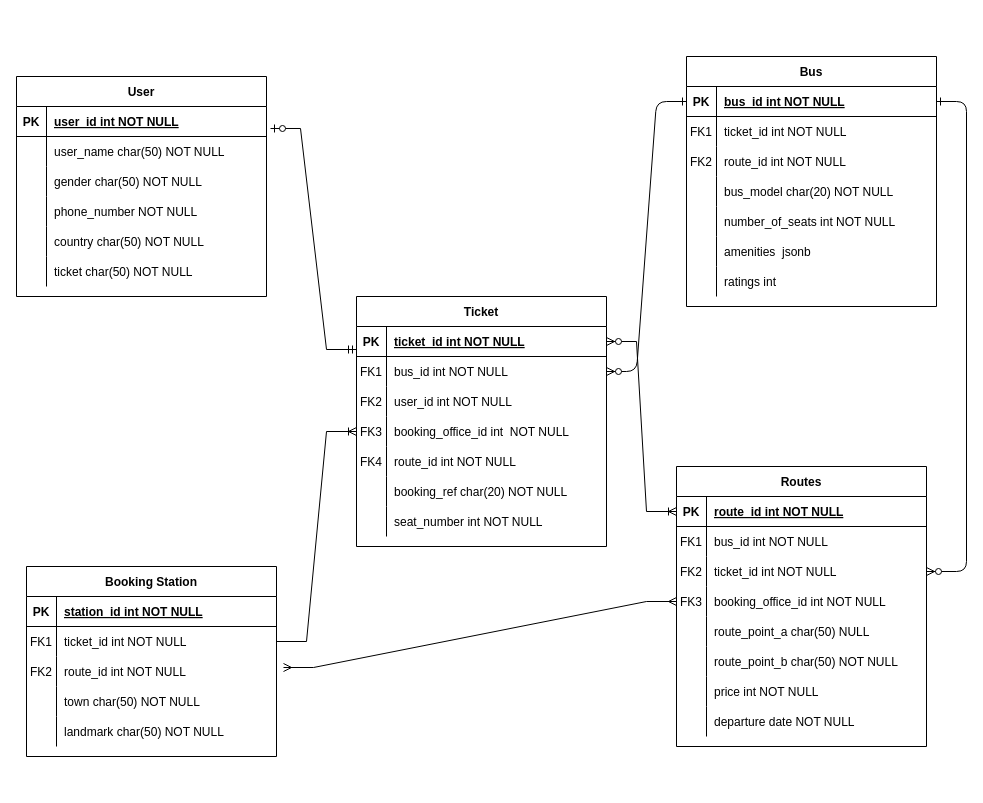
The draw.io diagram Untitled Diagram.drawio in SimonGideon/CODSOFT, before the edit. Source tidied: cells renumbered, new cells numbered last; positions are measured from the earlier drawing's top-left corner, leaving out a move shared by most shapes. Both pictures are drawn from the tidied source at 100%, with x=0, y=0 at pixel (16, 56).
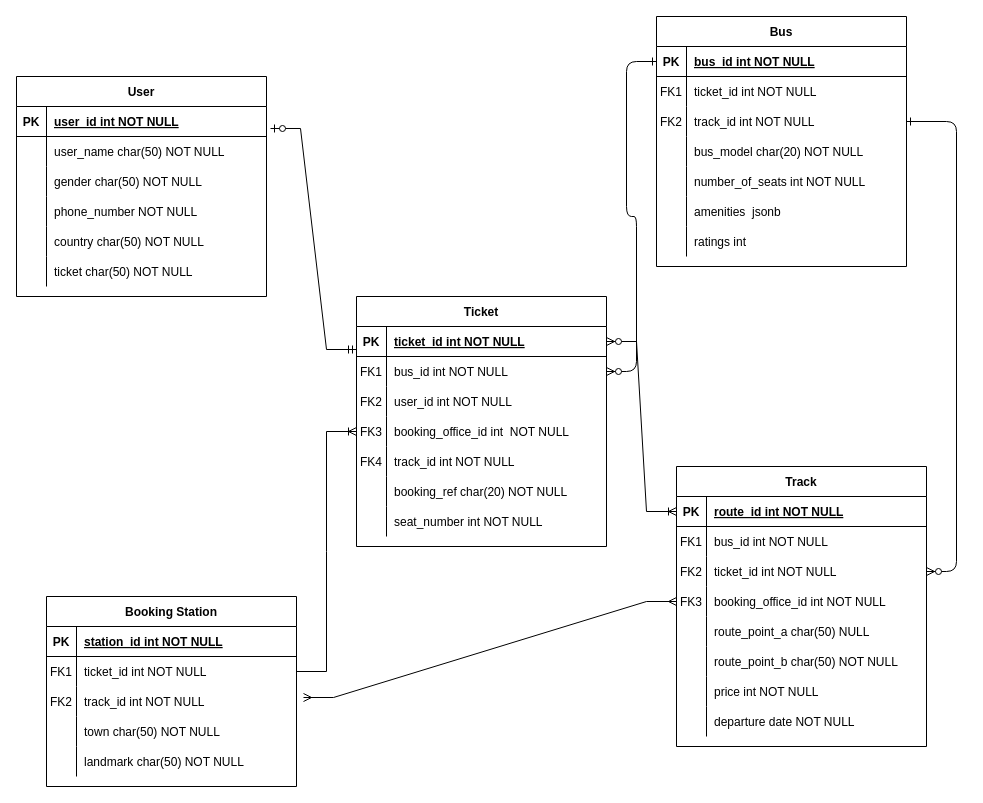
Above is the later version.

Unchanged cells that the change refers to:
```xml
<mxCell id="4" style="shape=partialRectangle;fillColor=none;points=[[0,0.5],[1,0.5]];portConstraint=eastwest;top=0;left=0;right=0;bottom=1;" parent="3" vertex="1">
  <mxGeometry y="30" width="250" height="30" as="geometry" />
</mxCell>
<mxCell id="10" style="shape=partialRectangle;fillColor=none;points=[[0,0.5],[1,0.5]];portConstraint=eastwest;top=0;left=0;right=0;bottom=0;" parent="3" vertex="1">
  <mxGeometry y="90" width="250" height="30" as="geometry" />
</mxCell>
<mxCell id="32" style="shape=partialRectangle;fillColor=none;points=[[0,0.5],[1,0.5]];portConstraint=eastwest;top=0;left=0;right=0;bottom=0;" parent="25" vertex="1">
  <mxGeometry y="90" width="250" height="30" as="geometry" />
</mxCell>
<mxCell id="76" style="shape=partialRectangle;fillColor=none;points=[[0,0.5],[1,0.5]];portConstraint=eastwest;top=0;left=0;right=0;bottom=0;" parent="69" vertex="1">
  <mxGeometry y="90" width="250" height="30" as="geometry" />
</mxCell>
<mxCell id="98" style="shape=partialRectangle;fillColor=none;top=0;left=0;right=0;bottom=0;" parent="85" vertex="1">
  <mxGeometry y="150" width="250" height="30" as="geometry" />
</mxCell>
```

What changed in the source:
```diff
@@
-    <mxCell id="2" style="edgeStyle=entityRelationEdgeStyle;endArrow=ERzeroToMany;startArrow=ERone;endFill=1;startFill=0;" parent="1" edge="1" source="4" target="32">
-      <mxGeometry relative="1" as="geometry" />
+    <mxCell id="2" style="edgeStyle=entityRelationEdgeStyle;endArrow=ERzeroToMany;startArrow=ERone;endFill=1;startFill=0;exitX=1;exitY=0.5;exitDx=0;exitDy=0;" parent="1" edge="1" source="10" target="32">
+      <mxGeometry relative="1" as="geometry">
+        <Array as="points">
+          <mxPoint x="960" y="120" />
+          <mxPoint x="960" y="120" />
+          <mxPoint x="960" y="80" />
+          <mxPoint x="960" y="140" />
+          <mxPoint x="960" y="190" />
+          <mxPoint x="970" y="200" />
+        </Array>
+      </mxGeometry>
     </mxCell>
     <mxCell id="3" value="Bus" style="shape=table;startSize=30;childLayout=tableLayout;rowLines=0;fontStyle=1;align=center;" parent="1" vertex="1">
-      <mxGeometry x="670" width="250" height="250" as="geometry" />
+      <mxGeometry x="640" y="-40" width="250" height="250" as="geometry" />
     </mxCell>
@@
-    <mxCell id="12" value="route_id int NOT NULL" style="shape=partialRectangle;overflow=hidden;fillColor=none;top=0;left=0;bottom=0;right=0;align=left;spacingLeft=6;" parent="10" vertex="1">
+    <mxCell id="12" value="track_id int NOT NULL" style="shape=partialRectangle;overflow=hidden;fillColor=none;top=0;left=0;bottom=0;right=0;align=left;spacingLeft=6;" parent="10" vertex="1">
       <mxGeometry x="30" width="220" height="30" as="geometry" />
     </mxCell>
@@
-    <mxCell id="25" value="Routes" style="shape=table;startSize=30;childLayout=tableLayout;rowLines=0;fontStyle=1;align=center;" parent="1" vertex="1">
+    <mxCell id="25" value="Track" style="shape=table;startSize=30;childLayout=tableLayout;rowLines=0;fontStyle=1;align=center;" parent="1" vertex="1">
       <mxGeometry x="660" y="410" width="250" height="280" as="geometry" />
     </mxCell>
@@
     <mxCell id="69" value="Booking Station" style="shape=table;startSize=30;childLayout=tableLayout;rowLines=0;fontStyle=1;align=center;" parent="1" vertex="1">
-      <mxGeometry x="10" y="510" width="250" height="190" as="geometry" />
+      <mxGeometry x="30" y="540" width="250" height="190" as="geometry" />
     </mxCell>
@@
-    <mxCell id="78" value="route_id int NOT NULL" style="shape=partialRectangle;overflow=hidden;fillColor=none;top=0;left=0;bottom=0;right=0;align=left;spacingLeft=6;" parent="76" vertex="1">
+    <mxCell id="78" value="track_id int NOT NULL" style="shape=partialRectangle;overflow=hidden;fillColor=none;top=0;left=0;bottom=0;right=0;align=left;spacingLeft=6;" parent="76" vertex="1">
       <mxGeometry x="30" width="220" height="30" as="geometry" />
     </mxCell>
@@
-    <mxCell id="100" value="route_id int NOT NULL" style="shape=partialRectangle;overflow=hidden;fillColor=none;top=0;left=0;bottom=0;right=0;align=left;spacingLeft=6;" parent="98" vertex="1">
+    <mxCell id="100" value="track_id int NOT NULL" style="shape=partialRectangle;overflow=hidden;fillColor=none;top=0;left=0;bottom=0;right=0;align=left;spacingLeft=6;" parent="98" vertex="1">
       <mxGeometry x="30" width="220" height="30" as="geometry" />
     </mxCell>
```
